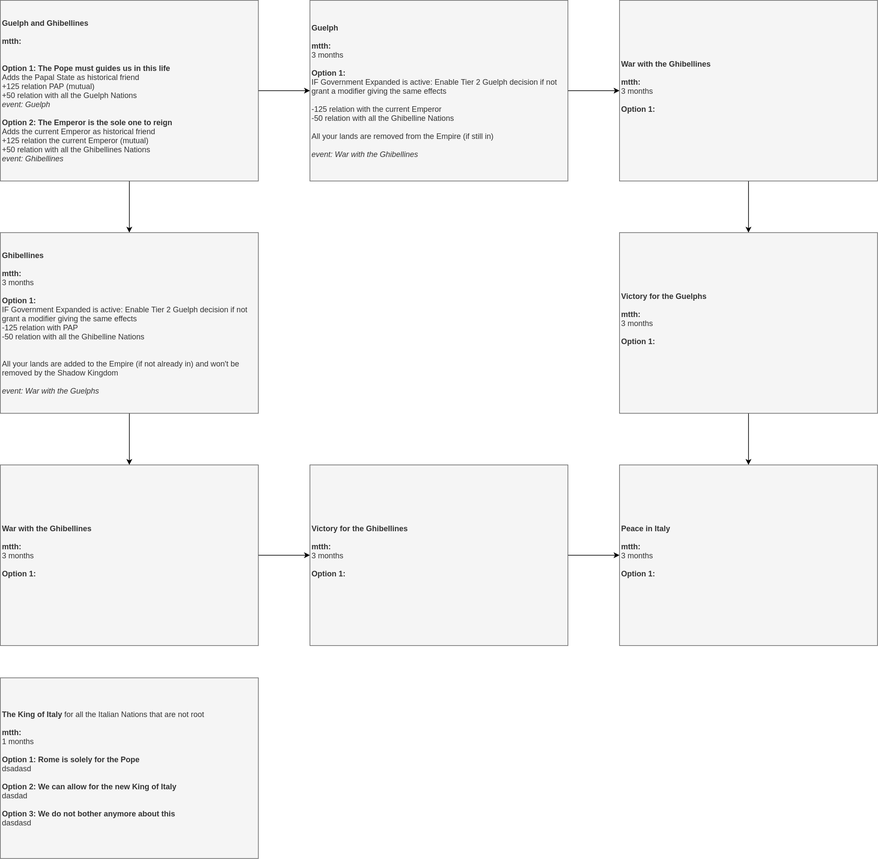
The draw.io diagram Italy/Italian Nations-Events.png in Melvasul/Missions-Expanded, before a commit. Source tidied: cells renumbered, new cells last; positions are measured from the earlier drawing's top-left corner, leaving out a move shared by most shapes.
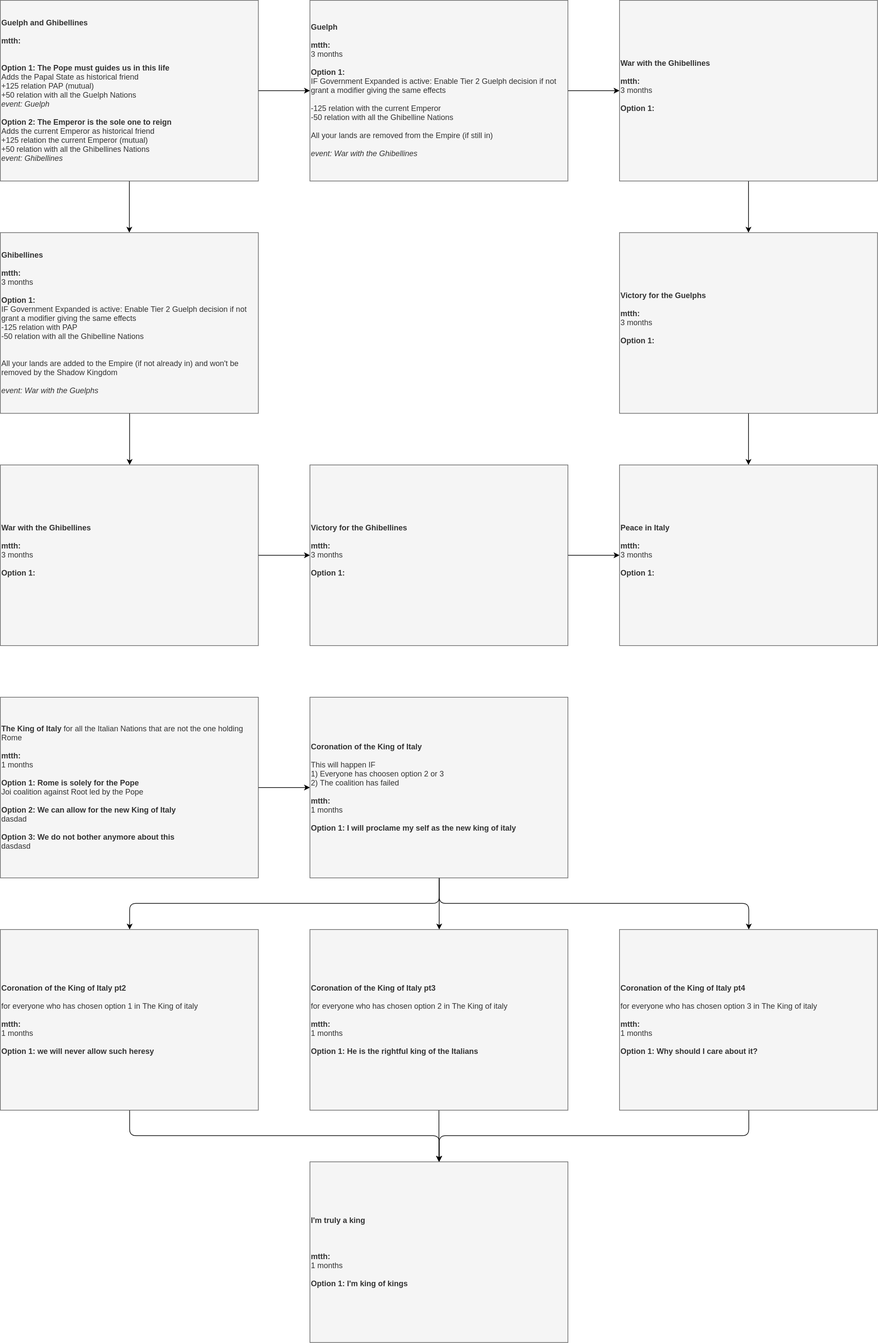
Later version of the same file.

Diff of the diagram source:
```diff
@@ -4,6 +4,6 @@
     <mxCell id="1" parent="0" />
-    <mxCell id="2" style="edgeStyle=orthogonalEdgeStyle;rounded=0;jettySize=auto;html=1;" parent="1" edge="1" source="4" target="6">
+    <mxCell id="2" style="edgeStyle=orthogonalEdgeStyle;rounded=1;jettySize=auto;html=1;" parent="1" edge="1" source="4" target="6">
       <mxGeometry relative="1" as="geometry" />
     </mxCell>
-    <mxCell id="3" style="edgeStyle=orthogonalEdgeStyle;rounded=0;jettySize=auto;html=1;" parent="1" edge="1" source="4" target="8">
+    <mxCell id="3" style="edgeStyle=orthogonalEdgeStyle;rounded=1;jettySize=auto;html=1;" parent="1" edge="1" source="4" target="8">
       <mxGeometry relative="1" as="geometry" />
@@ -13,3 +13,3 @@
     </mxCell>
-    <mxCell id="5" style="edgeStyle=orthogonalEdgeStyle;rounded=0;jettySize=auto;html=1;exitX=0.5;exitY=1;exitDx=0;exitDy=0;" parent="1" edge="1" source="6" target="16">
+    <mxCell id="5" style="edgeStyle=orthogonalEdgeStyle;rounded=1;jettySize=auto;html=1;exitX=0.5;exitY=1;exitDx=0;exitDy=0;" parent="1" edge="1" source="6" target="16">
       <mxGeometry relative="1" as="geometry" />
@@ -19,3 +19,3 @@
     </mxCell>
-    <mxCell id="7" style="edgeStyle=orthogonalEdgeStyle;rounded=0;jettySize=auto;html=1;" parent="1" edge="1" source="8" target="10">
+    <mxCell id="7" style="edgeStyle=orthogonalEdgeStyle;rounded=1;jettySize=auto;html=1;" parent="1" edge="1" source="8" target="10">
       <mxGeometry relative="1" as="geometry" />
@@ -25,3 +25,3 @@
     </mxCell>
-    <mxCell id="9" style="edgeStyle=orthogonalEdgeStyle;rounded=0;jettySize=auto;html=1;" parent="1" edge="1" source="10" target="12">
+    <mxCell id="9" style="edgeStyle=orthogonalEdgeStyle;rounded=1;jettySize=auto;html=1;" parent="1" edge="1" source="10" target="12">
       <mxGeometry relative="1" as="geometry" />
@@ -31,3 +31,3 @@
     </mxCell>
-    <mxCell id="11" style="edgeStyle=orthogonalEdgeStyle;rounded=0;jettySize=auto;html=1;" parent="1" edge="1" source="12" target="13">
+    <mxCell id="11" style="edgeStyle=orthogonalEdgeStyle;rounded=1;jettySize=auto;html=1;" parent="1" edge="1" source="12" target="13">
       <mxGeometry relative="1" as="geometry" />
@@ -40,6 +40,42 @@
     </mxCell>
+    <mxCell id="19" style="edgeStyle=orthogonalEdgeStyle;rounded=1;jettySize=auto;html=1;" parent="1" edge="1" source="14" target="23">
+      <mxGeometry relative="1" as="geometry" />
+    </mxCell>
-    <mxCell id="14" value="&lt;div style=&quot;font-size: 12px&quot; align=&quot;left&quot;&gt;&lt;b&gt;The King of Italy &lt;/b&gt;for all the Italian Nations that are not root&lt;/div&gt;&lt;div style=&quot;font-size: 12px&quot; align=&quot;left&quot;&gt;&lt;br&gt;&lt;/div&gt;&lt;div style=&quot;font-size: 12px&quot; align=&quot;left&quot;&gt;&lt;b&gt;mtth:&lt;/b&gt;&lt;/div&gt;&lt;div style=&quot;font-size: 12px&quot; align=&quot;left&quot;&gt;1 months&lt;/div&gt;&lt;div style=&quot;font-size: 12px&quot; align=&quot;left&quot;&gt;&lt;br&gt;&lt;/div&gt;&lt;div style=&quot;font-size: 12px&quot; align=&quot;left&quot;&gt;&lt;font style=&quot;font-size: 12px&quot;&gt;&lt;font style=&quot;font-size: 12px&quot;&gt;&lt;b style=&quot;font-size: 12px&quot;&gt;&lt;span style=&quot;font-size: 12px&quot;&gt;Option 1: Rome is solely for the Pope&lt;/span&gt;&lt;/b&gt;&lt;/font&gt;&lt;/font&gt;&lt;/div&gt;&lt;div style=&quot;font-size: 12px&quot; align=&quot;left&quot;&gt;&lt;div align=&quot;left&quot;&gt;dsadasd&lt;/div&gt;&lt;div align=&quot;left&quot;&gt;&lt;b&gt;&lt;br&gt;&lt;/b&gt;&lt;/div&gt;&lt;div align=&quot;left&quot;&gt;&lt;b&gt;Option 2: We can allow for the new King of Italy&lt;/b&gt;&lt;/div&gt;&lt;div align=&quot;left&quot;&gt;dasdad&lt;/div&gt;&lt;div align=&quot;left&quot;&gt;&lt;b&gt;&lt;br&gt;&lt;/b&gt;&lt;/div&gt;&lt;div align=&quot;left&quot;&gt;&lt;b&gt;Option 3: We do not bother anymore about this&lt;/b&gt;&lt;/div&gt;&lt;div align=&quot;left&quot;&gt;dasdasd&lt;/div&gt;&lt;/div&gt;" style="rounded=0;whiteSpace=wrap;html=1;align=left;fontSize=12;fillColor=#f5f5f5;strokeColor=#666666;fontColor=#333333;" parent="1" vertex="1">
-      <mxGeometry y="1050" width="400" height="280" as="geometry" />
+    <mxCell id="14" value="&lt;div style=&quot;font-size: 12px&quot; align=&quot;left&quot;&gt;&lt;b&gt;The King of Italy &lt;/b&gt;for all the Italian Nations that are not the one holding Rome&lt;/div&gt;&lt;div style=&quot;font-size: 12px&quot; align=&quot;left&quot;&gt;&lt;br&gt;&lt;/div&gt;&lt;div style=&quot;font-size: 12px&quot; align=&quot;left&quot;&gt;&lt;b&gt;mtth:&lt;/b&gt;&lt;/div&gt;&lt;div style=&quot;font-size: 12px&quot; align=&quot;left&quot;&gt;1 months&lt;/div&gt;&lt;div style=&quot;font-size: 12px&quot; align=&quot;left&quot;&gt;&lt;br&gt;&lt;/div&gt;&lt;div style=&quot;font-size: 12px&quot; align=&quot;left&quot;&gt;&lt;font style=&quot;font-size: 12px&quot;&gt;&lt;font style=&quot;font-size: 12px&quot;&gt;&lt;b style=&quot;font-size: 12px&quot;&gt;&lt;span style=&quot;font-size: 12px&quot;&gt;Option 1: Rome is solely for the Pope&lt;/span&gt;&lt;/b&gt;&lt;/font&gt;&lt;/font&gt;&lt;/div&gt;&lt;div style=&quot;font-size: 12px&quot; align=&quot;left&quot;&gt;&lt;div align=&quot;left&quot;&gt;Joi coalition against Root led by the Pope&lt;/div&gt;&lt;div align=&quot;left&quot;&gt;&lt;b&gt;&lt;br&gt;&lt;/b&gt;&lt;/div&gt;&lt;div align=&quot;left&quot;&gt;&lt;b&gt;Option 2: We can allow for the new King of Italy&lt;/b&gt;&lt;/div&gt;&lt;div align=&quot;left&quot;&gt;dasdad&lt;/div&gt;&lt;div align=&quot;left&quot;&gt;&lt;b&gt;&lt;br&gt;&lt;/b&gt;&lt;/div&gt;&lt;div align=&quot;left&quot;&gt;&lt;b&gt;Option 3: We do not bother anymore about this&lt;/b&gt;&lt;/div&gt;&lt;div align=&quot;left&quot;&gt;dasdasd&lt;/div&gt;&lt;/div&gt;" style="rounded=0;whiteSpace=wrap;html=1;align=left;fontSize=12;fillColor=#f5f5f5;strokeColor=#666666;fontColor=#333333;" parent="1" vertex="1">
+      <mxGeometry y="1080" width="400" height="280" as="geometry" />
     </mxCell>
+    <mxCell id="20" style="edgeStyle=orthogonalEdgeStyle;rounded=1;jettySize=auto;html=1;exitX=0.5;exitY=1;exitDx=0;exitDy=0;" parent="1" edge="1" source="23" target="30">
+      <mxGeometry relative="1" as="geometry" />
+    </mxCell>
+    <mxCell id="21" style="edgeStyle=orthogonalEdgeStyle;rounded=1;jettySize=auto;html=1;exitX=0.5;exitY=1;exitDx=0;exitDy=0;" parent="1" edge="1" source="23" target="25">
+      <mxGeometry relative="1" as="geometry" />
+    </mxCell>
+    <mxCell id="22" style="edgeStyle=orthogonalEdgeStyle;rounded=1;jettySize=auto;html=1;exitX=0.5;exitY=1;exitDx=0;exitDy=0;" parent="1" edge="1" source="23" target="28">
+      <mxGeometry relative="1" as="geometry" />
+    </mxCell>
+    <mxCell id="23" value="&lt;div style=&quot;font-size: 12px&quot; align=&quot;left&quot;&gt;&lt;b&gt;Coronation of the King of Italy&amp;nbsp;&lt;/b&gt;&lt;/div&gt;&lt;div style=&quot;font-size: 12px&quot; align=&quot;left&quot;&gt;&lt;br&gt;&lt;/div&gt;&lt;div style=&quot;font-size: 12px&quot; align=&quot;left&quot;&gt;This will happen IF&lt;/div&gt;&lt;div style=&quot;font-size: 12px&quot; align=&quot;left&quot;&gt;1) Everyone has choosen option 2 or 3&lt;/div&gt;&lt;div style=&quot;font-size: 12px&quot; align=&quot;left&quot;&gt;2) The coalition has failed&lt;/div&gt;&lt;div style=&quot;font-size: 12px&quot; align=&quot;left&quot;&gt;&lt;br&gt;&lt;/div&gt;&lt;div style=&quot;font-size: 12px&quot; align=&quot;left&quot;&gt;&lt;b&gt;mtth:&lt;/b&gt;&lt;/div&gt;&lt;div style=&quot;font-size: 12px&quot; align=&quot;left&quot;&gt;1 months&lt;/div&gt;&lt;div style=&quot;font-size: 12px&quot; align=&quot;left&quot;&gt;&lt;br&gt;&lt;/div&gt;&lt;div style=&quot;font-size: 12px&quot; align=&quot;left&quot;&gt;&lt;font style=&quot;font-size: 12px&quot;&gt;&lt;font style=&quot;font-size: 12px&quot;&gt;&lt;b style=&quot;font-size: 12px&quot;&gt;&lt;span style=&quot;font-size: 12px&quot;&gt;Option 1: I will proclame my self as the new king of italy&lt;/span&gt;&lt;/b&gt;&lt;/font&gt;&lt;/font&gt;&lt;/div&gt;" style="rounded=0;whiteSpace=wrap;html=1;align=left;fontSize=12;fillColor=#f5f5f5;strokeColor=#666666;fontColor=#333333;" parent="1" vertex="1">
+      <mxGeometry x="480" y="1080" width="400" height="280" as="geometry" />
+    </mxCell>
+    <mxCell id="24" style="edgeStyle=orthogonalEdgeStyle;rounded=1;jettySize=auto;html=1;" parent="1" edge="1" source="25" target="26">
+      <mxGeometry relative="1" as="geometry" />
+    </mxCell>
+    <mxCell id="25" value="&lt;div style=&quot;font-size: 12px&quot; align=&quot;left&quot;&gt;&lt;b&gt;Coronation of the King of Italy pt3&lt;/b&gt;&lt;/div&gt;&lt;div style=&quot;font-size: 12px&quot; align=&quot;left&quot;&gt;&lt;br&gt;&lt;/div&gt;&lt;div style=&quot;font-size: 12px&quot; align=&quot;left&quot;&gt;for everyone who has chosen option 2 in The King of italy&lt;br&gt;&lt;/div&gt;&lt;div style=&quot;font-size: 12px&quot; align=&quot;left&quot;&gt;&lt;br&gt;&lt;/div&gt;&lt;div style=&quot;font-size: 12px&quot; align=&quot;left&quot;&gt;&lt;b&gt;mtth:&lt;/b&gt;&lt;/div&gt;&lt;div style=&quot;font-size: 12px&quot; align=&quot;left&quot;&gt;1 months&lt;/div&gt;&lt;div style=&quot;font-size: 12px&quot; align=&quot;left&quot;&gt;&lt;br&gt;&lt;/div&gt;&lt;div style=&quot;font-size: 12px&quot; align=&quot;left&quot;&gt;&lt;font style=&quot;font-size: 12px&quot;&gt;&lt;font style=&quot;font-size: 12px&quot;&gt;&lt;b style=&quot;font-size: 12px&quot;&gt;&lt;span style=&quot;font-size: 12px&quot;&gt;Option 1: He is the rightful king of the Italians&lt;/span&gt;&lt;/b&gt;&lt;/font&gt;&lt;/font&gt;&lt;/div&gt;" style="rounded=0;whiteSpace=wrap;html=1;align=left;fontSize=12;fillColor=#f5f5f5;strokeColor=#666666;fontColor=#333333;" parent="1" vertex="1">
+      <mxGeometry x="480" y="1440" width="400" height="280" as="geometry" />
+    </mxCell>
+    <mxCell id="26" value="&lt;div style=&quot;font-size: 12px&quot; align=&quot;left&quot;&gt;&lt;b&gt;I'm truly a king&lt;/b&gt;&lt;/div&gt;&lt;div style=&quot;font-size: 12px&quot; align=&quot;left&quot;&gt;&lt;br&gt;&lt;/div&gt;&lt;div style=&quot;font-size: 12px&quot; align=&quot;left&quot;&gt;&lt;br&gt;&lt;/div&gt;&lt;div style=&quot;font-size: 12px&quot; align=&quot;left&quot;&gt;&lt;br&gt;&lt;/div&gt;&lt;div style=&quot;font-size: 12px&quot; align=&quot;left&quot;&gt;&lt;b&gt;mtth:&lt;/b&gt;&lt;/div&gt;&lt;div style=&quot;font-size: 12px&quot; align=&quot;left&quot;&gt;1 months&lt;/div&gt;&lt;div style=&quot;font-size: 12px&quot; align=&quot;left&quot;&gt;&lt;br&gt;&lt;/div&gt;&lt;div style=&quot;font-size: 12px&quot; align=&quot;left&quot;&gt;&lt;font style=&quot;font-size: 12px&quot;&gt;&lt;font style=&quot;font-size: 12px&quot;&gt;&lt;b style=&quot;font-size: 12px&quot;&gt;&lt;span style=&quot;font-size: 12px&quot;&gt;Option 1: I'm king of kings&lt;/span&gt;&lt;/b&gt;&lt;/font&gt;&lt;/font&gt;&lt;/div&gt;" style="rounded=0;whiteSpace=wrap;html=1;align=left;fontSize=12;fillColor=#f5f5f5;strokeColor=#666666;fontColor=#333333;" parent="1" vertex="1">
+      <mxGeometry x="480" y="1800" width="400" height="280" as="geometry" />
+    </mxCell>
+    <mxCell id="27" style="edgeStyle=orthogonalEdgeStyle;rounded=1;jettySize=auto;html=1;exitX=0.5;exitY=1;exitDx=0;exitDy=0;" parent="1" edge="1" source="28" target="26">
+      <mxGeometry relative="1" as="geometry" />
+    </mxCell>
+    <mxCell id="28" value="&lt;div style=&quot;font-size: 12px&quot; align=&quot;left&quot;&gt;&lt;b&gt;Coronation of the King of Italy pt4&lt;/b&gt;&lt;/div&gt;&lt;div style=&quot;font-size: 12px&quot; align=&quot;left&quot;&gt;&lt;br&gt;&lt;/div&gt;&lt;div align=&quot;left&quot;&gt;for everyone who has chosen option 3 in The King of italy&lt;br&gt;&lt;/div&gt;&lt;div align=&quot;left&quot;&gt;&lt;br&gt;&lt;/div&gt;&lt;div style=&quot;font-size: 12px&quot; align=&quot;left&quot;&gt;&lt;b&gt;mtth:&lt;/b&gt;&lt;/div&gt;&lt;div style=&quot;font-size: 12px&quot; align=&quot;left&quot;&gt;1 months&lt;/div&gt;&lt;div style=&quot;font-size: 12px&quot; align=&quot;left&quot;&gt;&lt;br&gt;&lt;/div&gt;&lt;div style=&quot;font-size: 12px&quot; align=&quot;left&quot;&gt;&lt;font style=&quot;font-size: 12px&quot;&gt;&lt;font style=&quot;font-size: 12px&quot;&gt;&lt;b style=&quot;font-size: 12px&quot;&gt;&lt;span style=&quot;font-size: 12px&quot;&gt;Option 1: Why should I care about it?&lt;/span&gt;&lt;/b&gt;&lt;/font&gt;&lt;/font&gt;&lt;/div&gt;" style="rounded=0;whiteSpace=wrap;html=1;align=left;fontSize=12;fillColor=#f5f5f5;strokeColor=#666666;fontColor=#333333;" parent="1" vertex="1">
+      <mxGeometry x="960" y="1440" width="400" height="280" as="geometry" />
+    </mxCell>
+    <mxCell id="29" style="edgeStyle=orthogonalEdgeStyle;rounded=1;jettySize=auto;html=1;exitX=0.5;exitY=1;exitDx=0;exitDy=0;" parent="1" edge="1" source="30" target="26">
+      <mxGeometry relative="1" as="geometry" />
+    </mxCell>
+    <mxCell id="30" value="&lt;div style=&quot;font-size: 12px&quot; align=&quot;left&quot;&gt;&lt;b&gt;Coronation of the King of Italy pt2&lt;/b&gt;&lt;/div&gt;&lt;div style=&quot;font-size: 12px&quot; align=&quot;left&quot;&gt;&lt;br&gt;&lt;/div&gt;&lt;div style=&quot;font-size: 12px&quot; align=&quot;left&quot;&gt;for everyone who has chosen option 1 in The King of italy&lt;/div&gt;&lt;div style=&quot;font-size: 12px&quot; align=&quot;left&quot;&gt;&lt;br&gt;&lt;/div&gt;&lt;div style=&quot;font-size: 12px&quot; align=&quot;left&quot;&gt;&lt;b&gt;mtth:&lt;/b&gt;&lt;/div&gt;&lt;div style=&quot;font-size: 12px&quot; align=&quot;left&quot;&gt;1 months&lt;/div&gt;&lt;div style=&quot;font-size: 12px&quot; align=&quot;left&quot;&gt;&lt;br&gt;&lt;/div&gt;&lt;div style=&quot;font-size: 12px&quot; align=&quot;left&quot;&gt;&lt;font style=&quot;font-size: 12px&quot;&gt;&lt;font style=&quot;font-size: 12px&quot;&gt;&lt;b style=&quot;font-size: 12px&quot;&gt;&lt;span style=&quot;font-size: 12px&quot;&gt;Option 1: we will never allow such heresy&lt;/span&gt;&lt;/b&gt;&lt;/font&gt;&lt;/font&gt;&lt;/div&gt;" style="rounded=0;whiteSpace=wrap;html=1;align=left;fontSize=12;fillColor=#f5f5f5;strokeColor=#666666;fontColor=#333333;" parent="1" vertex="1">
+      <mxGeometry y="1440" width="400" height="280" as="geometry" />
+    </mxCell>
-    <mxCell id="15" style="edgeStyle=orthogonalEdgeStyle;rounded=0;jettySize=auto;html=1;" parent="1" edge="1" source="16" target="18">
+    <mxCell id="15" style="edgeStyle=orthogonalEdgeStyle;rounded=1;jettySize=auto;html=1;" parent="1" edge="1" source="16" target="18">
       <mxGeometry relative="1" as="geometry" />
@@ -49,3 +85,3 @@
     </mxCell>
-    <mxCell id="17" style="edgeStyle=orthogonalEdgeStyle;rounded=0;jettySize=auto;html=1;" parent="1" edge="1" source="18" target="13">
+    <mxCell id="17" style="edgeStyle=orthogonalEdgeStyle;rounded=1;jettySize=auto;html=1;" parent="1" edge="1" source="18" target="13">
       <mxGeometry relative="1" as="geometry" />
```
